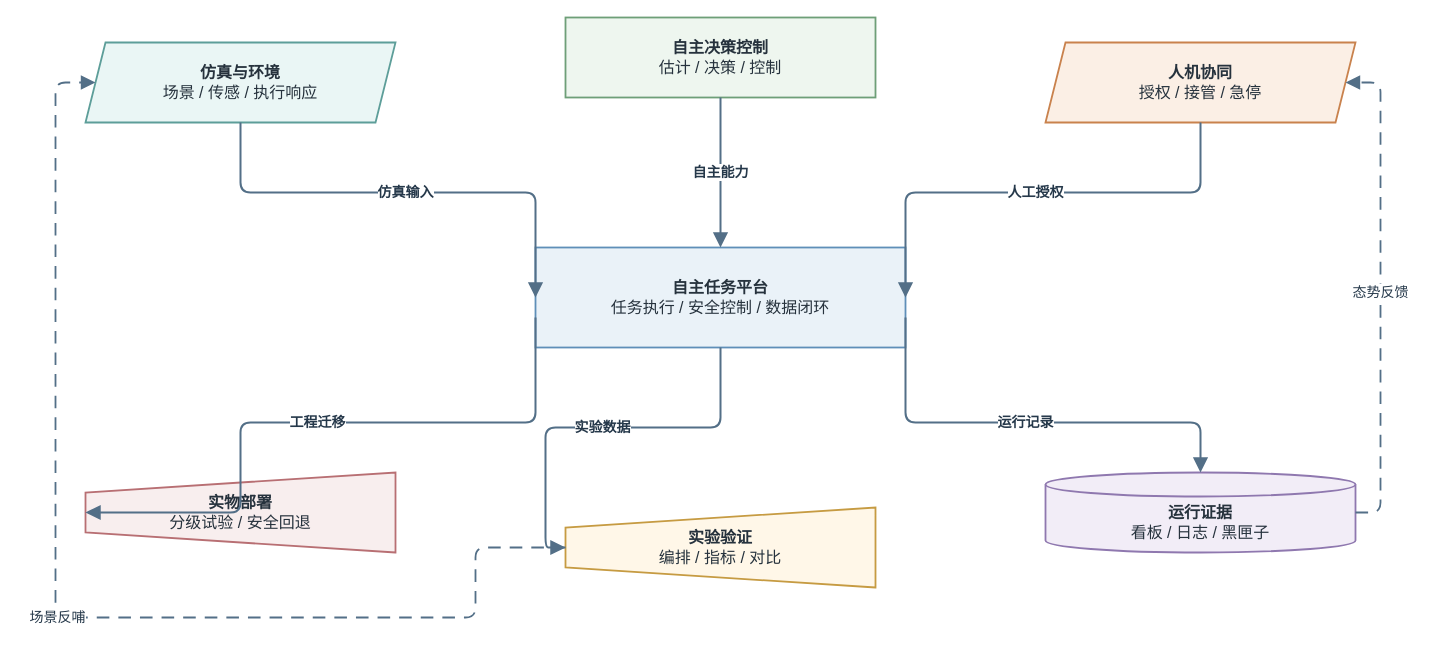
Earlier version of the draw.io diagram docs/thesis/figures/architecture/auv_system_capability_map.drawio (360ZMEM/AUV-Master-Project). Source tidied: cells renumbered, new cells numbered last; positions are measured from the earlier drawing's top-left corner, leaving out a move shared by most shapes. Both pictures are drawn from the tidied source at 100%, with x=0, y=0 at pixel (55, 17).
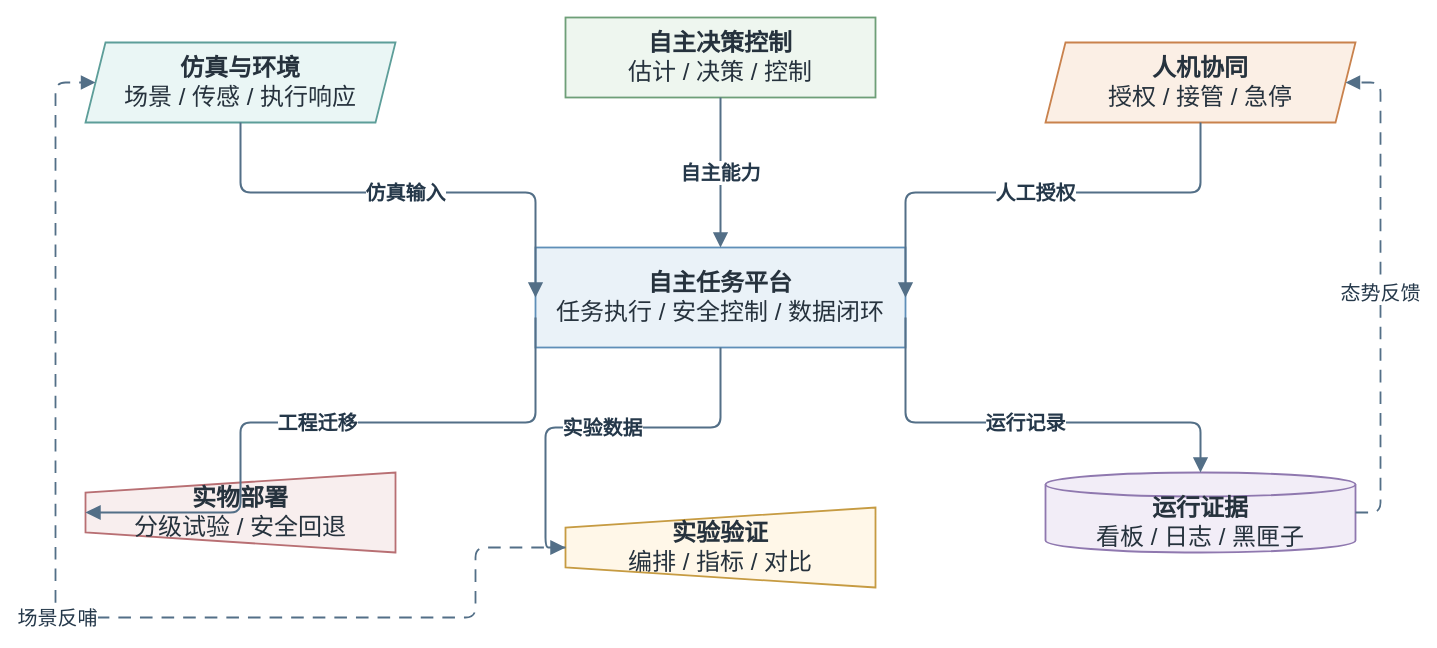
The same page after the edit.

The edit, as a diff of the source:
```diff
@@
-    <mxCell id="2" value="&lt;b&gt;自主任务平台&lt;/b&gt;&lt;br&gt;任务执行 / 安全控制 / 数据闭环" style="rounded=0;whiteSpace=wrap;html=1;align=center;verticalAlign=middle;fillColor=#EAF2F8;strokeColor=#5F8FB8;strokeWidth=1.8;spacing=8;fontFamily=Songti SC;fontSize=16;fontColor=#26323D;" parent="1" vertex="1">
+    <mxCell id="2" value="&lt;b&gt;自主任务平台&lt;/b&gt;&lt;br&gt;任务执行 / 安全控制 / 数据闭环" style="rounded=0;whiteSpace=wrap;html=1;align=center;verticalAlign=middle;fillColor=#EAF2F8;strokeColor=#5F8FB8;strokeWidth=1.8;spacing=8;fontFamily=Songti SC;fontSize=24;fontColor=#26323D;" parent="1" vertex="1">
       <mxGeometry x="480" y="230" width="370" height="100" as="geometry" />
     </mxCell>
-    <mxCell id="3" value="&lt;b&gt;仿真与环境&lt;/b&gt;&lt;br&gt;场景 / 传感 / 执行响应" style="shape=parallelogram;perimeter=parallelogramPerimeter;fixedSize=1;whiteSpace=wrap;html=1;align=center;verticalAlign=middle;fillColor=#EAF6F5;strokeColor=#5D9E99;strokeWidth=1.8;spacing=8;fontFamily=Songti SC;fontSize=16;fontColor=#26323D;" parent="1" vertex="1">
+    <mxCell id="3" value="&lt;b&gt;仿真与环境&lt;/b&gt;&lt;br&gt;场景 / 传感 / 执行响应" style="shape=parallelogram;perimeter=parallelogramPerimeter;fixedSize=1;whiteSpace=wrap;html=1;align=center;verticalAlign=middle;fillColor=#EAF6F5;strokeColor=#5D9E99;strokeWidth=1.8;spacing=8;fontFamily=Songti SC;fontSize=24;fontColor=#26323D;" parent="1" vertex="1">
       <mxGeometry x="30" y="25" width="310" height="80" as="geometry" />
     </mxCell>
-    <mxCell id="4" value="&lt;b&gt;自主决策控制&lt;/b&gt;&lt;br&gt;估计 / 决策 / 控制" style="rounded=0;whiteSpace=wrap;html=1;align=center;verticalAlign=middle;fillColor=#EEF6EF;strokeColor=#6E9F78;strokeWidth=1.8;spacing=8;fontFamily=Songti SC;fontSize=16;fontColor=#26323D;" parent="1" vertex="1">
+    <mxCell id="4" value="&lt;b&gt;自主决策控制&lt;/b&gt;&lt;br&gt;估计 / 决策 / 控制" style="rounded=0;whiteSpace=wrap;html=1;align=center;verticalAlign=middle;fillColor=#EEF6EF;strokeColor=#6E9F78;strokeWidth=1.8;spacing=8;fontFamily=Songti SC;fontSize=24;fontColor=#26323D;" parent="1" vertex="1">
       <mxGeometry x="510" width="310" height="80" as="geometry" />
     </mxCell>
-    <mxCell id="5" value="&lt;b&gt;人机协同&lt;/b&gt;&lt;br&gt;授权 / 接管 / 急停" style="shape=parallelogram;perimeter=parallelogramPerimeter;fixedSize=1;whiteSpace=wrap;html=1;align=center;verticalAlign=middle;fillColor=#FBEFE5;strokeColor=#C9824D;strokeWidth=1.8;spacing=8;fontFamily=Songti SC;fontSize=16;fontColor=#26323D;" parent="1" vertex="1">
+    <mxCell id="5" value="&lt;b&gt;人机协同&lt;/b&gt;&lt;br&gt;授权 / 接管 / 急停" style="shape=parallelogram;perimeter=parallelogramPerimeter;fixedSize=1;whiteSpace=wrap;html=1;align=center;verticalAlign=middle;fillColor=#FBEFE5;strokeColor=#C9824D;strokeWidth=1.8;spacing=8;fontFamily=Songti SC;fontSize=24;fontColor=#26323D;" parent="1" vertex="1">
       <mxGeometry x="990" y="25" width="310" height="80" as="geometry" />
     </mxCell>
-    <mxCell id="6" value="&lt;b&gt;实物部署&lt;/b&gt;&lt;br&gt;分级试验 / 安全回退" style="shape=trapezoid;perimeter=trapezoidPerimeter;fixedSize=1;direction=north;whiteSpace=wrap;html=1;align=center;verticalAlign=middle;fillColor=#F8EEEE;strokeColor=#B86F73;strokeWidth=1.8;spacing=8;fontFamily=Songti SC;fontSize=16;fontColor=#26323D;" parent="1" vertex="1">
+    <mxCell id="6" value="&lt;b&gt;实物部署&lt;/b&gt;&lt;br&gt;分级试验 / 安全回退" style="shape=trapezoid;perimeter=trapezoidPerimeter;fixedSize=1;direction=north;whiteSpace=wrap;html=1;align=center;verticalAlign=middle;fillColor=#F8EEEE;strokeColor=#B86F73;strokeWidth=1.8;spacing=8;fontFamily=Songti SC;fontSize=24;fontColor=#26323D;" parent="1" vertex="1">
       <mxGeometry x="30" y="455" width="310" height="80" as="geometry" />
     </mxCell>
-    <mxCell id="7" value="&lt;b&gt;实验验证&lt;/b&gt;&lt;br&gt;编排 / 指标 / 对比" style="shape=trapezoid;perimeter=trapezoidPerimeter;fixedSize=1;direction=north;whiteSpace=wrap;html=1;align=center;verticalAlign=middle;fillColor=#FFF7E8;strokeColor=#C69B42;strokeWidth=1.8;spacing=8;fontFamily=Songti SC;fontSize=16;fontColor=#26323D;" parent="1" vertex="1">
+    <mxCell id="7" value="&lt;b&gt;实验验证&lt;/b&gt;&lt;br&gt;编排 / 指标 / 对比" style="shape=trapezoid;perimeter=trapezoidPerimeter;fixedSize=1;direction=north;whiteSpace=wrap;html=1;align=center;verticalAlign=middle;fillColor=#FFF7E8;strokeColor=#C69B42;strokeWidth=1.8;spacing=8;fontFamily=Songti SC;fontSize=24;fontColor=#26323D;" parent="1" vertex="1">
       <mxGeometry x="510" y="490" width="310" height="80" as="geometry" />
     </mxCell>
-    <mxCell id="8" value="&lt;b&gt;运行证据&lt;/b&gt;&lt;br&gt;看板 / 日志 / 黑匣子" style="shape=cylinder3;boundedLbl=1;backgroundOutline=1;size=12;whiteSpace=wrap;html=1;align=center;verticalAlign=middle;fillColor=#F2EDF7;strokeColor=#8F78AF;strokeWidth=1.8;spacing=8;fontFamily=Songti SC;fontSize=16;fontColor=#26323D;" parent="1" vertex="1">
+    <mxCell id="8" value="&lt;b&gt;运行证据&lt;/b&gt;&lt;br&gt;看板 / 日志 / 黑匣子" style="shape=cylinder3;boundedLbl=1;backgroundOutline=1;size=12;whiteSpace=wrap;html=1;align=center;verticalAlign=middle;fillColor=#F2EDF7;strokeColor=#8F78AF;strokeWidth=1.8;spacing=8;fontFamily=Songti SC;fontSize=24;fontColor=#26323D;" parent="1" vertex="1">
       <mxGeometry x="990" y="455" width="310" height="80" as="geometry" />
     </mxCell>
-    <mxCell id="9" value="仿真输入" style="edgeStyle=orthogonalEdgeStyle;rounded=1;jettySize=auto;html=1;strokeColor=#536F87;strokeWidth=2.0;fontFamily=Songti SC;fontSize=14;fontStyle=1;fontColor=#25384A;labelBackgroundColor=#FFFFFF;labelBorderColor=none;endArrow=block;endFill=1;endSize=10;exitX=0.5;exitY=1;entryX=0;entryY=0.5;" parent="1" edge="1" source="3" target="2">
+    <mxCell id="9" value="仿真输入" style="edgeStyle=orthogonalEdgeStyle;rounded=1;jettySize=auto;html=1;strokeColor=#536F87;strokeWidth=2.0;fontFamily=Songti SC;fontSize=20;fontStyle=1;fontColor=#25384A;labelBackgroundColor=#FFFFFF;labelBorderColor=none;endArrow=block;endFill=1;endSize=10;exitX=0.5;exitY=1;entryX=0;entryY=0.5;" parent="1" edge="1" source="3" target="2">
       <mxGeometry relative="1" as="geometry">
         <Array as="points">
           <mxPoint x="185" y="175" />
           <mxPoint x="480" y="280" />
         </Array>
       </mxGeometry>
     </mxCell>
-    <mxCell id="10" value="自主能力" style="edgeStyle=orthogonalEdgeStyle;rounded=1;jettySize=auto;html=1;strokeColor=#536F87;strokeWidth=2.0;fontFamily=Songti SC;fontSize=14;fontStyle=1;fontColor=#25384A;labelBackgroundColor=#FFFFFF;labelBorderColor=none;endArrow=block;endFill=1;endSize=10;exitX=0.5;exitY=1;entryX=0.5;entryY=0;" parent="1" edge="1" source="4" target="2">
+    <mxCell id="10" value="自主能力" style="edgeStyle=orthogonalEdgeStyle;rounded=1;jettySize=auto;html=1;strokeColor=#536F87;strokeWidth=2.0;fontFamily=Songti SC;fontSize=20;fontStyle=1;fontColor=#25384A;labelBackgroundColor=#FFFFFF;labelBorderColor=none;endArrow=block;endFill=1;endSize=10;exitX=0.5;exitY=1;entryX=0.5;entryY=0;" parent="1" edge="1" source="4" target="2">
       <mxGeometry relative="1" as="geometry" />
     </mxCell>
-    <mxCell id="11" value="人工授权" style="edgeStyle=orthogonalEdgeStyle;rounded=1;jettySize=auto;html=1;strokeColor=#536F87;strokeWidth=2.0;fontFamily=Songti SC;fontSize=14;fontStyle=1;fontColor=#25384A;labelBackgroundColor=#FFFFFF;labelBorderColor=none;endArrow=block;endFill=1;endSize=10;exitX=0.5;exitY=1;entryX=1;entryY=0.5;" parent="1" edge="1" source="5" target="2">
+    <mxCell id="11" value="人工授权" style="edgeStyle=orthogonalEdgeStyle;rounded=1;jettySize=auto;html=1;strokeColor=#536F87;strokeWidth=2.0;fontFamily=Songti SC;fontSize=20;fontStyle=1;fontColor=#25384A;labelBackgroundColor=#FFFFFF;labelBorderColor=none;endArrow=block;endFill=1;endSize=10;exitX=0.5;exitY=1;entryX=1;entryY=0.5;" parent="1" edge="1" source="5" target="2">
       <mxGeometry relative="1" as="geometry">
         <Array as="points">
           <mxPoint x="1145" y="175" />
           <mxPoint x="850" y="280" />
         </Array>
       </mxGeometry>
     </mxCell>
-    <mxCell id="12" value="工程迁移" style="edgeStyle=orthogonalEdgeStyle;rounded=1;jettySize=auto;html=1;strokeColor=#536F87;strokeWidth=2.0;fontFamily=Songti SC;fontSize=14;fontStyle=1;fontColor=#25384A;labelBackgroundColor=#FFFFFF;labelBorderColor=none;endArrow=block;endFill=1;endSize=10;exitX=0;exitY=0.7;entryX=0.5;entryY=0;" parent="1" edge="1" source="2" target="6">
+    <mxCell id="12" value="工程迁移" style="edgeStyle=orthogonalEdgeStyle;rounded=1;jettySize=auto;html=1;strokeColor=#536F87;strokeWidth=2.0;fontFamily=Songti SC;fontSize=20;fontStyle=1;fontColor=#25384A;labelBackgroundColor=#FFFFFF;labelBorderColor=none;endArrow=block;endFill=1;endSize=10;exitX=0;exitY=0.7;entryX=0.5;entryY=0;" parent="1" edge="1" source="2" target="6">
       <mxGeometry relative="1" as="geometry">
         <Array as="points">
           <mxPoint x="480" y="405" />
           <mxPoint x="185" y="405" />
         </Array>
       </mxGeometry>
     </mxCell>
-    <mxCell id="13" value="实验数据" style="edgeStyle=orthogonalEdgeStyle;rounded=1;jettySize=auto;html=1;strokeColor=#536F87;strokeWidth=2.0;fontFamily=Songti SC;fontSize=14;fontStyle=1;fontColor=#25384A;labelBackgroundColor=#FFFFFF;labelBorderColor=none;endArrow=block;endFill=1;endSize=10;exitX=0.5;exitY=1;entryX=0.5;entryY=0;" parent="1" edge="1" source="2" target="7">
+    <mxCell id="13" value="实验数据" style="edgeStyle=orthogonalEdgeStyle;rounded=1;jettySize=auto;html=1;strokeColor=#536F87;strokeWidth=2.0;fontFamily=Songti SC;fontSize=20;fontStyle=1;fontColor=#25384A;labelBackgroundColor=#FFFFFF;labelBorderColor=none;endArrow=block;endFill=1;endSize=10;exitX=0.5;exitY=1;entryX=0.5;entryY=0;" parent="1" edge="1" source="2" target="7">
       <mxGeometry relative="1" as="geometry" />
     </mxCell>
-    <mxCell id="14" value="运行记录" style="edgeStyle=orthogonalEdgeStyle;rounded=1;jettySize=auto;html=1;strokeColor=#536F87;strokeWidth=2.0;fontFamily=Songti SC;fontSize=14;fontStyle=1;fontColor=#25384A;labelBackgroundColor=#FFFFFF;labelBorderColor=none;endArrow=block;endFill=1;endSize=10;exitX=1;exitY=0.7;entryX=0.5;entryY=0;" parent="1" edge="1" source="2" target="8">
+    <mxCell id="14" value="运行记录" style="edgeStyle=orthogonalEdgeStyle;rounded=1;jettySize=auto;html=1;strokeColor=#536F87;strokeWidth=2.0;fontFamily=Songti SC;fontSize=20;fontStyle=1;fontColor=#25384A;labelBackgroundColor=#FFFFFF;labelBorderColor=none;endArrow=block;endFill=1;endSize=10;exitX=1;exitY=0.7;entryX=0.5;entryY=0;" parent="1" edge="1" source="2" target="8">
       <mxGeometry relative="1" as="geometry">
         <Array as="points">
           <mxPoint x="850" y="405" />
           <mxPoint x="1145" y="405" />
         </Array>
       </mxGeometry>
     </mxCell>
-    <mxCell id="15" value="场景反哺" style="edgeStyle=orthogonalEdgeStyle;rounded=1;jettySize=auto;html=1;strokeColor=#536F87;strokeWidth=1.8;fontFamily=Songti SC;fontSize=14;fontColor=#25384A;labelBackgroundColor=#FFFFFF;labelBorderColor=none;endArrow=block;endFill=1;endSize=10;dashed=1;dashPattern=7 5;exitX=0;entryX=0;" parent="1" edge="1" source="7" target="3">
+    <mxCell id="15" value="场景反哺" style="edgeStyle=orthogonalEdgeStyle;rounded=1;jettySize=auto;html=1;strokeColor=#536F87;strokeWidth=1.8;fontFamily=Songti SC;fontSize=20;fontColor=#25384A;labelBackgroundColor=#FFFFFF;labelBorderColor=none;endArrow=block;endFill=1;endSize=10;dashed=1;dashPattern=7 5;exitX=0;entryX=0;" parent="1" edge="1" source="7" target="3">
       <mxGeometry relative="1" as="geometry">
         <Array as="points">
           <mxPoint x="420" y="600" />
           <mxPoint y="600" />
           <mxPoint y="65" />
         </Array>
       </mxGeometry>
     </mxCell>
-    <mxCell id="16" value="态势反馈" style="edgeStyle=orthogonalEdgeStyle;rounded=1;jettySize=auto;html=1;strokeColor=#536F87;strokeWidth=1.8;fontFamily=Songti SC;fontSize=14;fontColor=#25384A;labelBackgroundColor=#FFFFFF;labelBorderColor=none;endArrow=block;endFill=1;endSize=10;dashed=1;dashPattern=7 5;exitX=1;entryX=1;" parent="1" edge="1" source="8" target="5">
+    <mxCell id="16" value="态势反馈" style="edgeStyle=orthogonalEdgeStyle;rounded=1;jettySize=auto;html=1;strokeColor=#536F87;strokeWidth=1.8;fontFamily=Songti SC;fontSize=20;fontColor=#25384A;labelBackgroundColor=#FFFFFF;labelBorderColor=none;endArrow=block;endFill=1;endSize=10;dashed=1;dashPattern=7 5;exitX=1;entryX=1;" parent="1" edge="1" source="8" target="5">
       <mxGeometry relative="1" as="geometry">
         <Array as="points">
           <mxPoint x="1325" y="495" />
           <mxPoint x="1325" y="65" />
         </Array>
       </mxGeometry>
     </mxCell>
```
